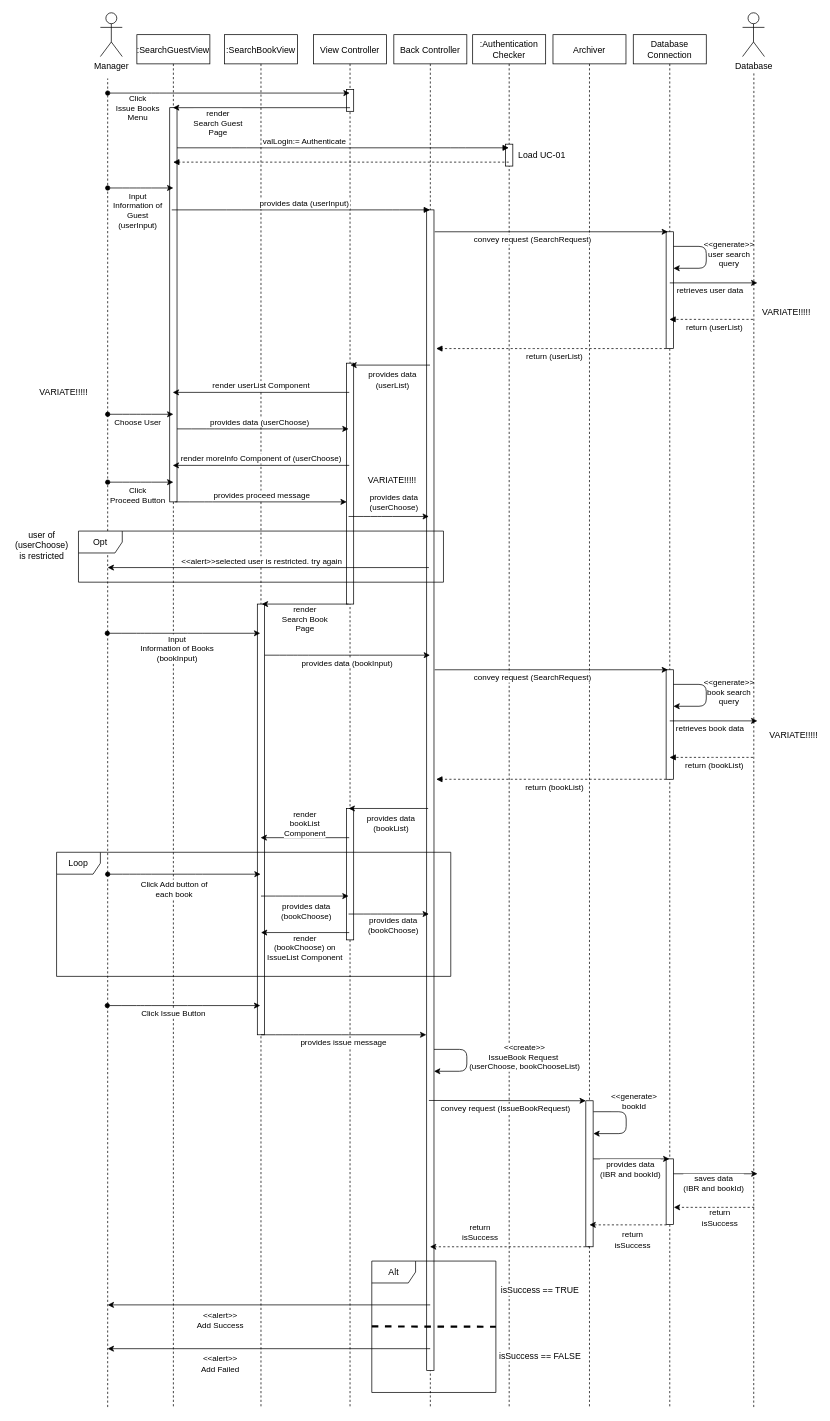
This is docs/SequenceDiagram/SD-UC-04.drawio from youngkwon02/Enhanced-library-management, a draw.io file, before an edit. Source tidied: cells renumbered, new cells numbered last; positions are measured from the earlier drawing's top-left corner, leaving out a move shared by most shapes. Both pictures are drawn from the tidied source at 73%, with x=0, y=0 at pixel (12, 12).
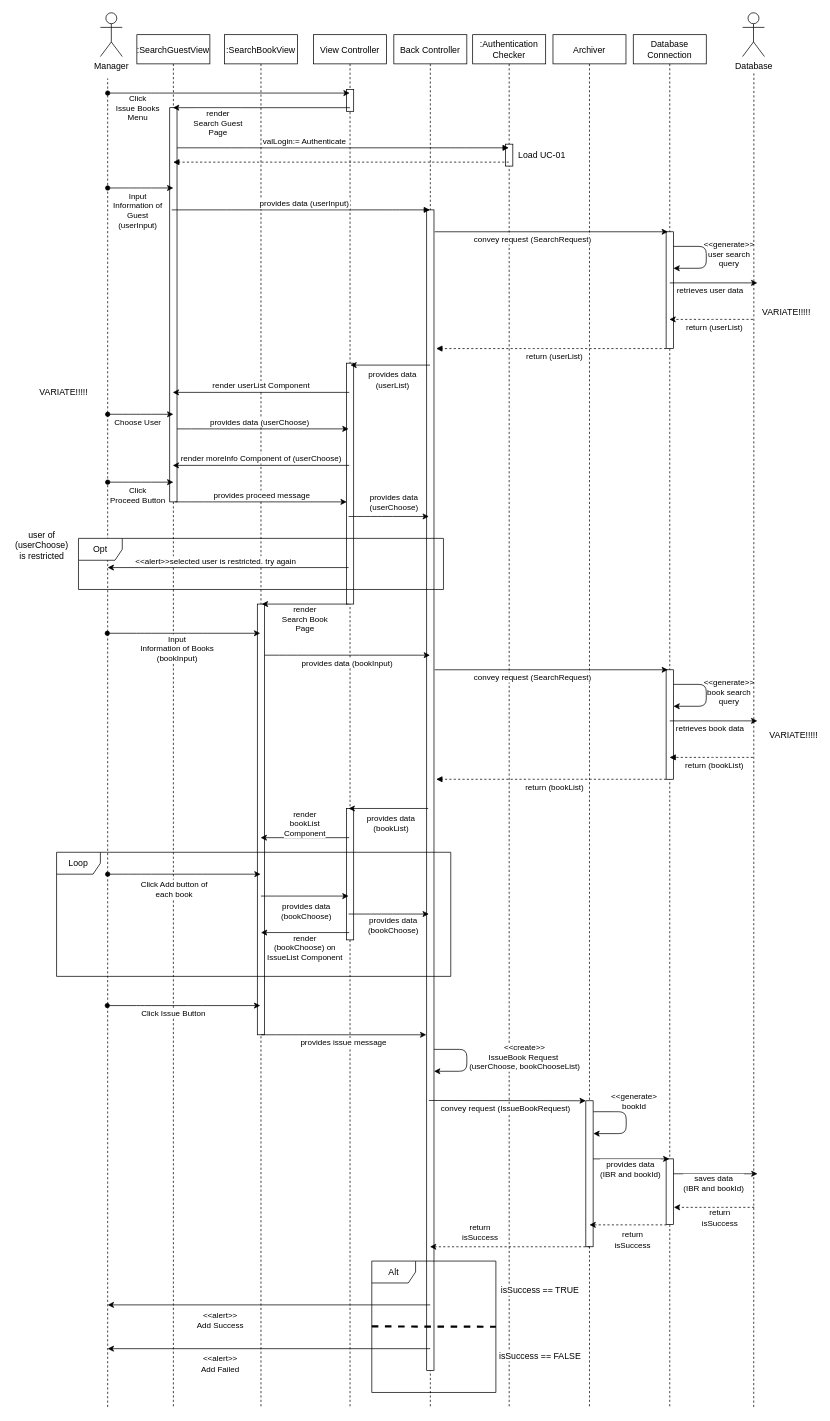
The same diagram, later.

Unchanged cells that the change refers to:
```xml
<mxCell id="32" value="Database&#10;Connection" style="shape=umlLifeline;perimeter=lifelinePerimeter;rounded=0;shadow=0;strokeWidth=1;" parent="1" vertex="1">
  <mxGeometry x="850" y="30" width="100" height="1880" as="geometry" />
</mxCell>
```

What changed in the source:
```diff
@@
-    <mxCell id="43" style="verticalAlign=bottom;endArrow=block;shadow=0;strokeWidth=1;dashed=1;" parent="1" edge="1" target="32">
+    <mxCell id="43" style="verticalAlign=bottom;endArrow=classic;shadow=0;strokeWidth=1;dashed=1;endFill=1;" parent="1" edge="1" target="32">
       <mxGeometry x="0.27" relative="1" as="geometry">
         <mxPoint x="1014" y="420" as="sourcePoint" />
         <Array as="points">
           <mxPoint x="964" y="420" />
         </Array>
       </mxGeometry>
     </mxCell>
@@
     <mxCell id="75" style="endArrow=classic;html=1;" parent="1" edge="1">
       <mxGeometry relative="1" as="geometry">
-        <mxPoint x="570" y="760" as="sourcePoint" />
+        <mxPoint x="460" y="760" as="sourcePoint" />
         <mxPoint x="130" y="760" as="targetPoint" />
       </mxGeometry>
     </mxCell>
@@
     <mxCell id="77" value="Opt" style="shape=umlFrame;whiteSpace=wrap;html=1;" parent="1" vertex="1">
-      <mxGeometry x="90" y="710" width="500" height="70" as="geometry" />
+      <mxGeometry x="90" y="720" width="500" height="70" as="geometry" />
     </mxCell>
@@
-    <mxCell id="79" value="VARIATE!!!!!" style="text;html=1;strokeColor=none;fillColor=none;align=center;verticalAlign=middle;whiteSpace=wrap;rounded=0;" parent="1" vertex="1">
-      <mxGeometry x="500" y="630" width="40" height="20" as="geometry" />
-    </mxCell>
```
